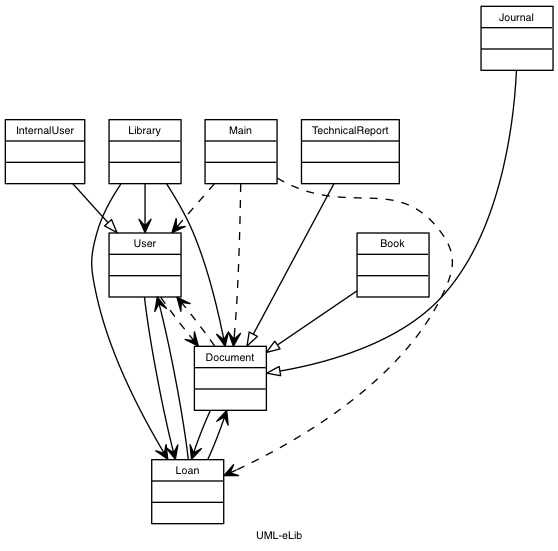
This is output/UML-eLib.dot.png from Zilarion/2IMP25-Architectural-Reconstruction, a Graphviz export, as it was before one commit. Its source is kept beside it as output/UML-eLib.dot.
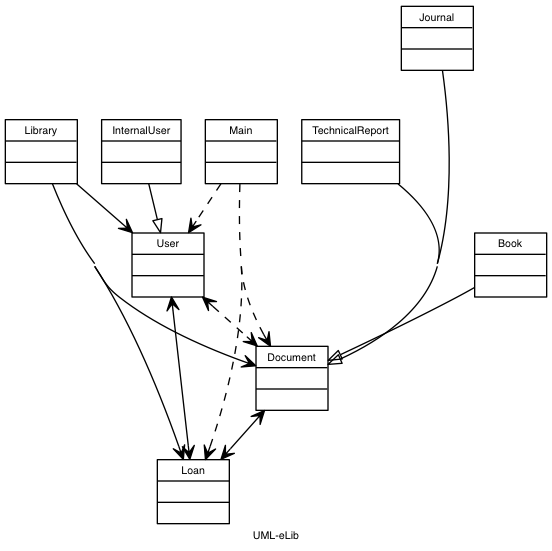
After the commit.

The edit, as a diff of the source:
```diff
@@ -1,6 +1,8 @@
 digraph classes {
  fontname = "Bitstream Vera Sans"
  fontsize = 8
+ overlap=false
+ concentrate=true
  node [ fontname = "Bitstream Vera Sans" fontsize = 8 shape = "record" ]
  edge [ fontname = "Bitstream Vera Sans" fontsize = 8 ]
 label="UML-eLib""InternalUser" [
```
